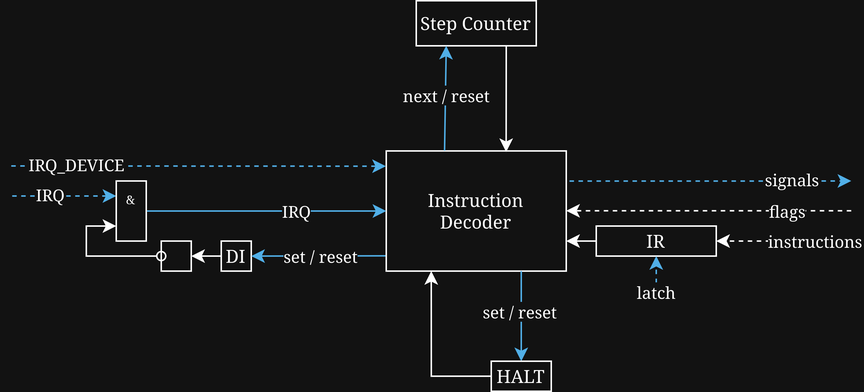
Before: schema/CU.png, a diagram exported from draw.io (NF-itmo/CSA-lab4). Source tidied: cells renumbered, new cells last; positions are measured from the earlier drawing's top-left corner, leaving out a move shared by most shapes.
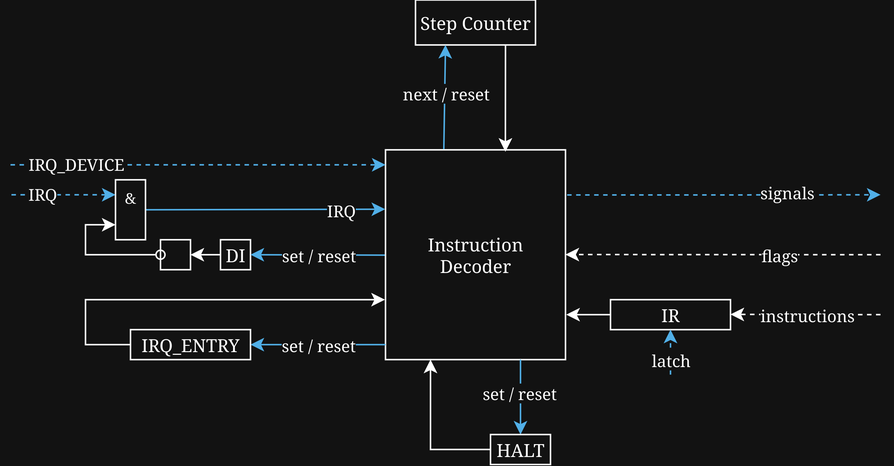
After the commit.

Commit message:
docs(schema): added irq_mode RS-trigger to CU

Diff of the diagram source:
```diff
@@ -13,39 +13,40 @@
     </mxCell>
     <mxCell id="5" style="rounded=0;orthogonalLoop=1;jettySize=auto;html=1;entryX=1;entryY=0.5;entryDx=0;entryDy=0;dashed=1;" parent="1" edge="1">
       <mxGeometry relative="1" as="geometry">
-        <mxPoint x="560" y="139.8" as="sourcePoint" />
-        <mxPoint x="370" y="139.8" as="targetPoint" />
+        <mxPoint x="580" y="170" as="sourcePoint" />
+        <mxPoint x="370" y="169.9" as="targetPoint" />
       </mxGeometry>
     </mxCell>
     <mxCell id="6" value="&lt;div align=&quot;right&quot;&gt;flags&lt;/div&gt;" style="edgeLabel;html=1;align=right;verticalAlign=middle;" parent="5" vertex="1">
       <mxGeometry x="0.04" relative="1" as="geometry">
-        <mxPoint x="69" as="offset" />
+        <mxPoint x="55" as="offset" />
       </mxGeometry>
     </mxCell>
-    <mxCell id="7" style="edgeStyle=orthogonalEdgeStyle;rounded=0;jettySize=auto;html=1;fillColor=#1ba1e2;strokeColor=#006EAF;dashed=1;exitX=1.018;exitY=0.251;exitDx=0;exitDy=0;exitPerimeter=0;" parent="1" edge="1" source="11">
+    <mxCell id="7" style="edgeStyle=orthogonalEdgeStyle;rounded=0;jettySize=auto;html=1;fillColor=#1ba1e2;strokeColor=#006EAF;dashed=1;exitX=1.009;exitY=0.215;exitDx=0;exitDy=0;exitPerimeter=0;" parent="1" edge="1" source="11">
       <mxGeometry relative="1" as="geometry">
-        <mxPoint x="560" y="120" as="targetPoint" />
+        <mxPoint x="580" y="130" as="targetPoint" />
       </mxGeometry>
     </mxCell>
     <mxCell id="8" value="signals" style="edgeLabel;html=1;align=right;verticalAlign=middle;" parent="7" vertex="1">
       <mxGeometry x="-0.06" y="1" relative="1" as="geometry">
-        <mxPoint x="78" as="offset" />
+        <mxPoint x="67" y="-1" as="offset" />
       </mxGeometry>
     </mxCell>
-    <mxCell id="9" style="rounded=0;jettySize=auto;html=1;exitX=0.003;exitY=0.873;exitDx=0;exitDy=0;fillColor=#1ba1e2;strokeColor=#006EAF;exitPerimeter=0;entryX=1;entryY=0.5;entryDx=0;entryDy=0;" parent="1" edge="1" source="11" target="4">
+    <mxCell id="9" style="rounded=0;jettySize=auto;html=1;exitX=0.025;exitY=0.502;exitDx=0;exitDy=0;fillColor=#1ba1e2;strokeColor=#006EAF;exitPerimeter=0;entryX=1;entryY=0.5;entryDx=0;entryDy=0;" parent="1" edge="1" source="11" target="4">
       <mxGeometry relative="1" as="geometry" />
     </mxCell>
     <mxCell id="10" value="&lt;div&gt;set / reset&lt;/div&gt;" style="edgeLabel;html=1;align=left;verticalAlign=middle;" parent="9" vertex="1">
       <mxGeometry x="-0.01" y="1" relative="1" as="geometry">
-        <mxPoint x="-26" y="-1" as="offset" />
+        <mxPoint x="-28" y="-1" as="offset" />
       </mxGeometry>
     </mxCell>
     <mxCell id="11" value="Instruction&lt;br&gt;Decoder" style="rounded=0;whiteSpace=wrap;html=1;" parent="1" vertex="1">
-      <mxGeometry x="250" y="100" width="120" height="80" as="geometry" />
+      <mxGeometry x="250" y="100" width="120" height="140" as="geometry" />
     </mxCell>
-    <mxCell id="12" style="endArrow=classic;html=1;rounded=0;dashed=1;fillColor=#1ba1e2;strokeColor=#006EAF;entryX=-0.002;entryY=0.127;entryDx=0;entryDy=0;entryPerimeter=0;" parent="1" edge="1" target="11">
+    <mxCell id="12" style="endArrow=classic;html=1;rounded=0;dashed=1;fillColor=#1ba1e2;strokeColor=#006EAF;" parent="1" edge="1">
       <mxGeometry relative="1" as="geometry">
         <mxPoint y="110" as="sourcePoint" />
+        <mxPoint x="250" y="110" as="targetPoint" />
       </mxGeometry>
     </mxCell>
     <mxCell id="13" value="IRQ_DEVICE" style="edgeLabel;html=1;align=left;verticalAlign=middle;" parent="12" vertex="1">
@@ -53,16 +54,12 @@
         <mxPoint x="-111" as="offset" />
       </mxGeometry>
     </mxCell>
-    <mxCell id="14" style="edgeStyle=orthogonalEdgeStyle;rounded=0;jettySize=auto;html=1;entryX=0;entryY=0.5;entryDx=0;entryDy=0;fillColor=#1ba1e2;strokeColor=#006EAF;exitX=1;exitY=0.5;exitDx=0;exitDy=0;" parent="1" edge="1" source="33" target="11">
-      <mxGeometry relative="1" as="geometry">
-        <Array as="points">
-          <mxPoint x="70" y="140" />
-        </Array>
-      </mxGeometry>
+    <mxCell id="14" style="rounded=0;jettySize=auto;html=1;entryX=-0.002;entryY=0.283;entryDx=0;entryDy=0;fillColor=#1ba1e2;strokeColor=#006EAF;exitX=1;exitY=0.5;exitDx=0;exitDy=0;entryPerimeter=0;" parent="1" edge="1" source="33" target="11">
+      <mxGeometry relative="1" as="geometry" />
     </mxCell>
     <mxCell id="15" value="IRQ" style="edgeLabel;html=1;align=left;verticalAlign=middle;" parent="14" vertex="1">
       <mxGeometry x="-0.2" relative="1" as="geometry">
-        <mxPoint x="49" as="offset" />
+        <mxPoint x="55" as="offset" />
       </mxGeometry>
     </mxCell>
     <mxCell id="16" style="rounded=0;jettySize=auto;html=1;exitX=0.75;exitY=1;exitDx=0;exitDy=0;entryX=0.666;entryY=0.009;entryDx=0;entryDy=0;entryPerimeter=0;" parent="1" edge="1" source="17" target="11">
@@ -77,31 +74,36 @@
     <mxCell id="19" value="next / reset" style="edgeLabel;html=1;align=center;verticalAlign=middle;" parent="18" vertex="1">
       <mxGeometry x="0.07" relative="1" as="geometry" />
     </mxCell>
-    <mxCell id="20" style="edgeStyle=orthogonalEdgeStyle;rounded=0;jettySize=auto;html=1;exitX=0;exitY=0.5;exitDx=0;exitDy=0;entryX=1;entryY=0.75;entryDx=0;entryDy=0;" parent="1" edge="1" source="23" target="11">
+    <mxCell id="20" style="edgeStyle=orthogonalEdgeStyle;rounded=0;jettySize=auto;html=1;exitX=0;exitY=0.5;exitDx=0;exitDy=0;entryX=1.004;entryY=0.785;entryDx=0;entryDy=0;entryPerimeter=0;" parent="1" edge="1" source="23" target="11">
       <mxGeometry relative="1" as="geometry" />
     </mxCell>
-    <mxCell id="21" style="edgeStyle=orthogonalEdgeStyle;rounded=0;jettySize=auto;html=1;entryX=1;entryY=0.5;entryDx=0;entryDy=0;dashed=1;" parent="1" edge="1" target="23">
+    <mxCell id="21" style="edgeStyle=orthogonalEdgeStyle;rounded=0;orthogonalLoop=1;jettySize=auto;html=1;entryX=1;entryY=0.5;entryDx=0;entryDy=0;dashed=1;" parent="1" edge="1">
       <mxGeometry relative="1" as="geometry">
-        <mxPoint x="530" y="160" as="sourcePoint" />
+        <mxPoint x="580" y="210" as="sourcePoint" />
+        <mxPoint x="480" y="209.8" as="targetPoint" />
         <Array as="points">
-          <mxPoint x="530" y="160" />
-          <mxPoint x="530" y="160" />
+          <mxPoint x="560" y="209.8" />
+          <mxPoint x="560" y="209.8" />
         </Array>
       </mxGeometry>
     </mxCell>
     <mxCell id="22" value="instructions" style="edgeLabel;html=1;align=left;verticalAlign=middle;" parent="21" vertex="1">
-      <mxGeometry x="-0.1" relative="1" as="geometry" />
+      <mxGeometry x="-0.1" relative="1" as="geometry">
+        <mxPoint x="-37" as="offset" />
+      </mxGeometry>
     </mxCell>
     <mxCell id="23" value="IR" style="rounded=0;whiteSpace=wrap;html=1;" parent="1" vertex="1">
-      <mxGeometry x="390" y="150" width="80" height="20" as="geometry" />
+      <mxGeometry x="400" y="200" width="80" height="20" as="geometry" />
     </mxCell>
     <mxCell id="24" style="endArrow=classic;html=1;rounded=0;entryX=0.5;entryY=1;entryDx=0;entryDy=0;dashed=1;jumpStyle=arc;jumpSize=10;fillColor=#1ba1e2;strokeColor=#006EAF;" parent="1" edge="1" target="23">
       <mxGeometry relative="1" as="geometry">
-        <mxPoint x="430" y="200" as="sourcePoint" />
+        <mxPoint x="440" y="250" as="sourcePoint" />
       </mxGeometry>
     </mxCell>
     <mxCell id="25" value="latch" style="edgeLabel;html=1;align=center;verticalAlign=middle;" parent="24" vertex="1">
-      <mxGeometry x="-0.58" relative="1" as="geometry" />
+      <mxGeometry x="-0.58" relative="1" as="geometry">
+        <mxPoint y="-4" as="offset" />
+      </mxGeometry>
     </mxCell>
     <mxCell id="26" style="endArrow=classic;html=1;rounded=0;exitX=0.75;exitY=1;exitDx=0;exitDy=0;entryX=0.5;entryY=0;entryDx=0;entryDy=0;fillColor=#1ba1e2;strokeColor=#006EAF;" parent="1" edge="1" source="11" target="29">
       <mxGeometry relative="1" as="geometry" />
@@ -113,7 +115,7 @@
       <mxGeometry relative="1" as="geometry" />
     </mxCell>
     <mxCell id="29" value="HALT" style="rounded=0;whiteSpace=wrap;html=1;" parent="1" vertex="1">
-      <mxGeometry x="320" y="240" width="40" height="20" as="geometry" />
+      <mxGeometry x="320" y="290" width="40" height="20" as="geometry" />
     </mxCell>
     <mxCell id="30" style="edgeStyle=orthogonalEdgeStyle;rounded=0;jettySize=auto;html=1;startArrow=oval;startFill=0;exitX=0;exitY=0.5;exitDx=0;exitDy=0;entryX=0;entryY=0.75;entryDx=0;entryDy=0;" parent="1" edge="1" source="2" target="33">
       <mxGeometry relative="1" as="geometry">
@@ -132,10 +134,35 @@
       </mxGeometry>
     </mxCell>
     <mxCell id="32" value="IRQ" style="edgeLabel;html=1;align=center;verticalAlign=middle;" parent="31" vertex="1">
-      <mxGeometry x="0.29" y="-1" relative="1" as="geometry" />
+      <mxGeometry x="0.29" y="-1" relative="1" as="geometry">
+        <mxPoint x="-4" as="offset" />
+      </mxGeometry>
     </mxCell>
-    <mxCell id="33" value="&lt;font style=&quot;font-size: 8px; line-height: 100%;&quot;&gt;&amp;amp;&lt;/font&gt;" style="rounded=0;whiteSpace=wrap;html=1;verticalAlign=top;fontSize=9;" parent="1" vertex="1">
+    <mxCell id="33" value="&lt;font style=&quot;line-height: 100%; font-size: 10px;&quot;&gt;&amp;amp;&lt;/font&gt;" style="rounded=0;whiteSpace=wrap;html=1;verticalAlign=top;fontSize=9;" parent="1" vertex="1">
       <mxGeometry x="70" y="120" width="20" height="40" as="geometry" />
     </mxCell>
+    <mxCell id="34" style="endArrow=classic;html=1;rounded=0;entryX=1;entryY=0.5;entryDx=0;entryDy=0;fillColor=#1ba1e2;strokeColor=#006EAF;" parent="1" edge="1" target="37">
+      <mxGeometry relative="1" as="geometry">
+        <mxPoint x="250" y="230" as="sourcePoint" />
+      </mxGeometry>
+    </mxCell>
+    <mxCell id="35" value="set / reset" style="edgeLabel;html=1;align=center;verticalAlign=middle;" parent="34" vertex="1">
+      <mxGeometry x="-0.13" y="-1" relative="1" as="geometry">
+        <mxPoint x="-6" y="1" as="offset" />
+      </mxGeometry>
+    </mxCell>
+    <mxCell id="36" style="edgeStyle=orthogonalEdgeStyle;rounded=0;jettySize=auto;html=1;exitX=0;exitY=0.5;exitDx=0;exitDy=0;entryX=-0.003;entryY=0.712;entryDx=0;entryDy=0;entryPerimeter=0;" parent="1" edge="1" target="11">
+      <mxGeometry relative="1" as="geometry">
+        <mxPoint x="120" y="230" as="sourcePoint" />
+        <Array as="points">
+          <mxPoint x="50" y="230" />
+          <mxPoint x="50" y="200" />
+          <mxPoint x="250" y="200" />
+        </Array>
+      </mxGeometry>
+    </mxCell>
+    <mxCell id="37" value="IRQ_ENTRY" style="rounded=0;whiteSpace=wrap;html=1;" parent="1" vertex="1">
+      <mxGeometry x="80" y="220" width="80" height="20" as="geometry" />
+    </mxCell>
   </root>
 </mxGraphModel>
```
